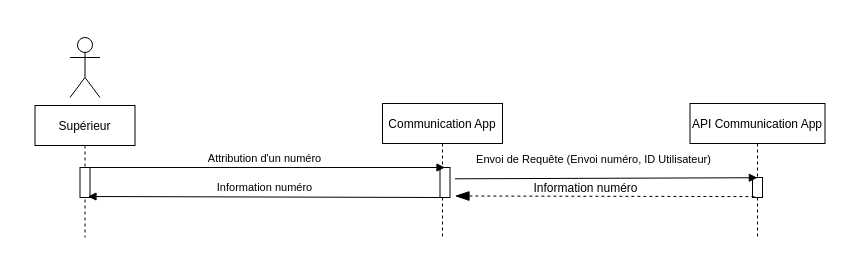
The draw.io diagram page "Gestion des contacts" (2 of 4) of Diagramme sans nom.drawio in LewisYann/App-Asterisk, before the edit. Source tidied: cells renumbered, new cells numbered last; positions are measured from the earlier drawing's top-left corner, leaving out a move shared by most shapes. Both pictures are drawn from the tidied source at 100%, with x=0, y=0 at pixel (35, 37).
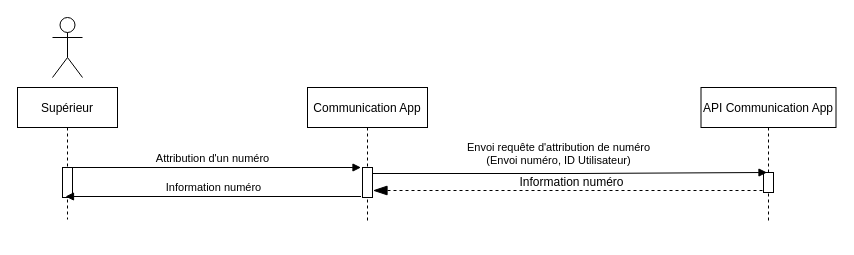
After the change.

The edit, as a diff of the source:
```diff
@@
 <mxGraphModel>
   <root>
     <mxCell id="0" />
     <mxCell id="1" parent="0" />
     <mxCell id="2" value="API Communication App" style="shape=umlLifeline;perimeter=lifelinePerimeter;rounded=0;shadow=0;strokeWidth=1;" parent="1" vertex="1">
-      <mxGeometry x="654.5" y="66" width="135" height="134" as="geometry" />
+      <mxGeometry x="665.5" y="50" width="135" height="134" as="geometry" />
     </mxCell>
     <mxCell id="3" value="Communication App" style="shape=umlLifeline;perimeter=lifelinePerimeter;rounded=0;shadow=0;strokeWidth=1;" parent="1" vertex="1">
-      <mxGeometry x="347" y="66" width="120" height="134" as="geometry" />
+      <mxGeometry x="272" y="50" width="120" height="134" as="geometry" />
     </mxCell>
     <mxCell id="4" value="Supérieur" style="shape=umlLifeline;perimeter=lifelinePerimeter;rounded=0;shadow=0;strokeWidth=1;" parent="1" vertex="1">
-      <mxGeometry x="-0.5" y="68" width="100" height="132" as="geometry" />
+      <mxGeometry x="-18" y="50" width="100" height="132" as="geometry" />
     </mxCell>
     <mxCell id="5" style="perimeter=orthogonalPerimeter;rounded=0;shadow=0;strokeWidth=1;" parent="1" vertex="1">
-      <mxGeometry x="44.5" y="130" width="10" height="30" as="geometry" />
+      <mxGeometry x="27" y="130" width="10" height="30" as="geometry" />
     </mxCell>
     <mxCell id="6" style="perimeter=orthogonalPerimeter;rounded=0;shadow=0;strokeWidth=1;" parent="1" vertex="1">
-      <mxGeometry x="404.5" y="130" width="10" height="30" as="geometry" />
+      <mxGeometry x="327" y="130" width="10" height="30" as="geometry" />
     </mxCell>
     <mxCell id="7" value="Attribution d'un numéro" style="html=1;verticalAlign=bottom;endArrow=block;strokeColor=#000000;" parent="1" edge="1">
       <mxGeometry relative="1" as="geometry">
-        <mxPoint x="49" y="130" as="sourcePoint" />
-        <mxPoint x="409.5" y="130" as="targetPoint" />
+        <mxPoint x="26.5" y="130" as="sourcePoint" />
+        <mxPoint x="325.5" y="130" as="targetPoint" />
       </mxGeometry>
     </mxCell>
-    <mxCell id="8" value="Information numéro" style="html=1;verticalAlign=bottom;endArrow=block;strokeColor=#000000;entryX=0.3;entryY=1;entryDx=0;entryDy=0;entryPerimeter=0;exitX=1;exitY=0.967;exitDx=0;exitDy=0;exitPerimeter=0;" parent="1" edge="1">
+    <mxCell id="8" value="Information numéro" style="html=1;verticalAlign=bottom;endArrow=block;strokeColor=#000000;entryX=0.3;entryY=1;entryDx=0;entryDy=0;entryPerimeter=0;" parent="1" edge="1">
       <mxGeometry relative="1" as="geometry">
-        <mxPoint x="405.5" y="160" as="sourcePoint" />
-        <mxPoint x="52.5" y="159" as="targetPoint" />
+        <mxPoint x="325.5" y="159" as="sourcePoint" />
+        <mxPoint x="30" y="159" as="targetPoint" />
       </mxGeometry>
     </mxCell>
     <mxCell id="9" style="points=[];perimeter=orthogonalPerimeter;rounded=0;shadow=0;strokeWidth=1;" parent="1" vertex="1">
-      <mxGeometry x="717" y="140" width="10" height="20" as="geometry" />
+      <mxGeometry x="728" y="135" width="10" height="20" as="geometry" />
     </mxCell>
-    <mxCell id="10" value="Envoi de Requête (Envoi numéro, ID Utilisateur)" style="html=1;verticalAlign=bottom;endArrow=block;strokeColor=#000000;entryX=0.485;entryY=0.011;entryDx=0;entryDy=0;entryPerimeter=0;" parent="1" edge="1" target="9">
-      <mxGeometry x="-0.08" y="10" relative="1" as="geometry">
-        <mxPoint x="419.5" y="141.3" as="sourcePoint" />
+    <mxCell id="10" value="Envoi requête d'attribution de numéro &lt;br&gt;(Envoi numéro, ID Utilisateur)" style="html=1;verticalAlign=bottom;endArrow=block;strokeColor=#000000;" parent="1" edge="1">
+      <mxGeometry x="-0.06" y="4" relative="1" as="geometry">
+        <mxPoint x="337.5" y="136" as="sourcePoint" />
+        <mxPoint x="731.5" y="135" as="targetPoint" />
+        <Array as="points">
+          <mxPoint x="541.5" y="136" />
+        </Array>
       </mxGeometry>
     </mxCell>
-    <mxCell id="11" style="endArrow=blockThin;endFill=1;endSize=12;html=1;dashed=1;exitX=0.477;exitY=0.496;exitDx=0;exitDy=0;exitPerimeter=0;" parent="1" edge="1">
+    <mxCell id="11" style="endArrow=blockThin;endFill=1;endSize=12;html=1;dashed=1;entryX=1.15;entryY=0.767;entryDx=0;entryDy=0;entryPerimeter=0;" parent="1" edge="1">
       <mxGeometry relative="1" as="geometry">
-        <mxPoint x="718.9" y="159.1" as="sourcePoint" />
-        <mxPoint x="419.5" y="158.5" as="targetPoint" />
+        <mxPoint x="727" y="153" as="sourcePoint" />
+        <mxPoint x="337.5" y="153" as="targetPoint" />
       </mxGeometry>
     </mxCell>
     <mxCell id="12" value="Information numéro" style="text;html=1;align=center;verticalAlign=middle;strokeColor=none;" parent="1" vertex="1">
-      <mxGeometry x="489.5" y="140.5" width="120" height="20" as="geometry" />
+      <mxGeometry x="475.5" y="135" width="120" height="20" as="geometry" />
     </mxCell>
     <mxCell id="13" style="shape=umlActor;verticalLabelPosition=bottom;verticalAlign=top;html=1;" parent="1" vertex="1">
-      <mxGeometry x="34.5" width="30" height="60" as="geometry" />
+      <mxGeometry x="17" y="-20" width="30" height="60" as="geometry" />
     </mxCell>
   </root>
 </mxGraphModel>
```
